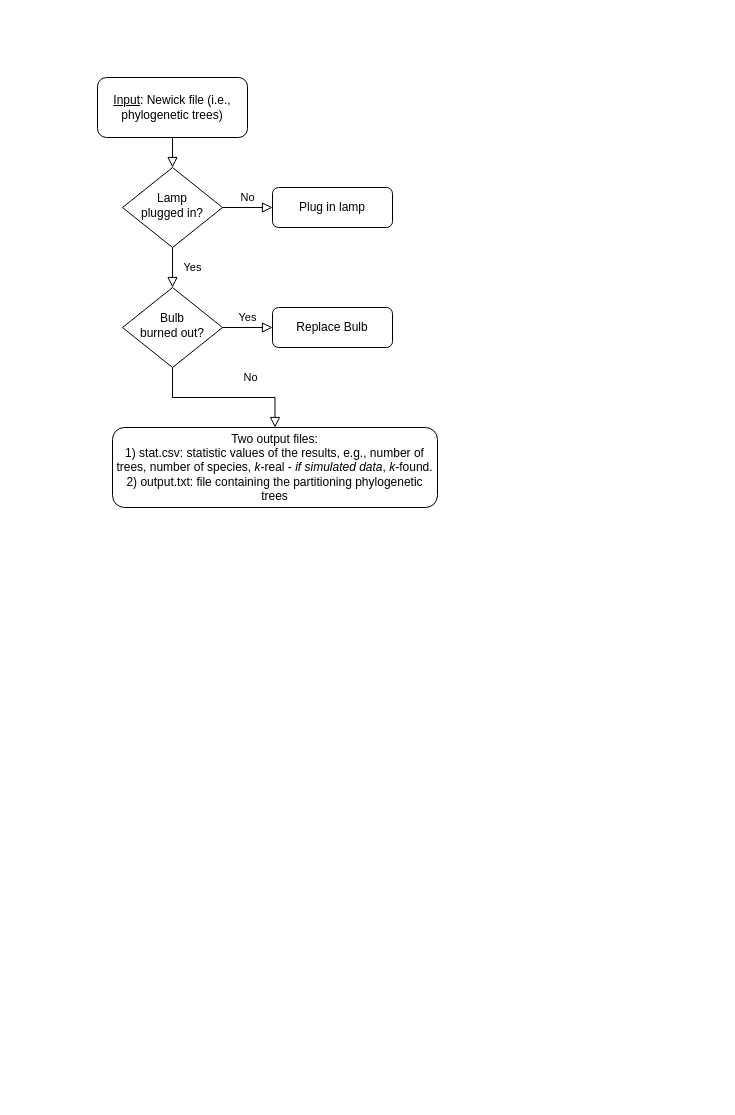
The draw.io diagram img/KMPTC_pipeline.drawio in tahiri-lab/KMeansPhyloTreesClustering, before the edit. Source tidied: cells renumbered, new cells numbered last; positions are measured from the earlier drawing's top-left corner, leaving out a move shared by most shapes. Both pictures are drawn from the tidied source at 100%, with x=0, y=0 at pixel (97, 77).
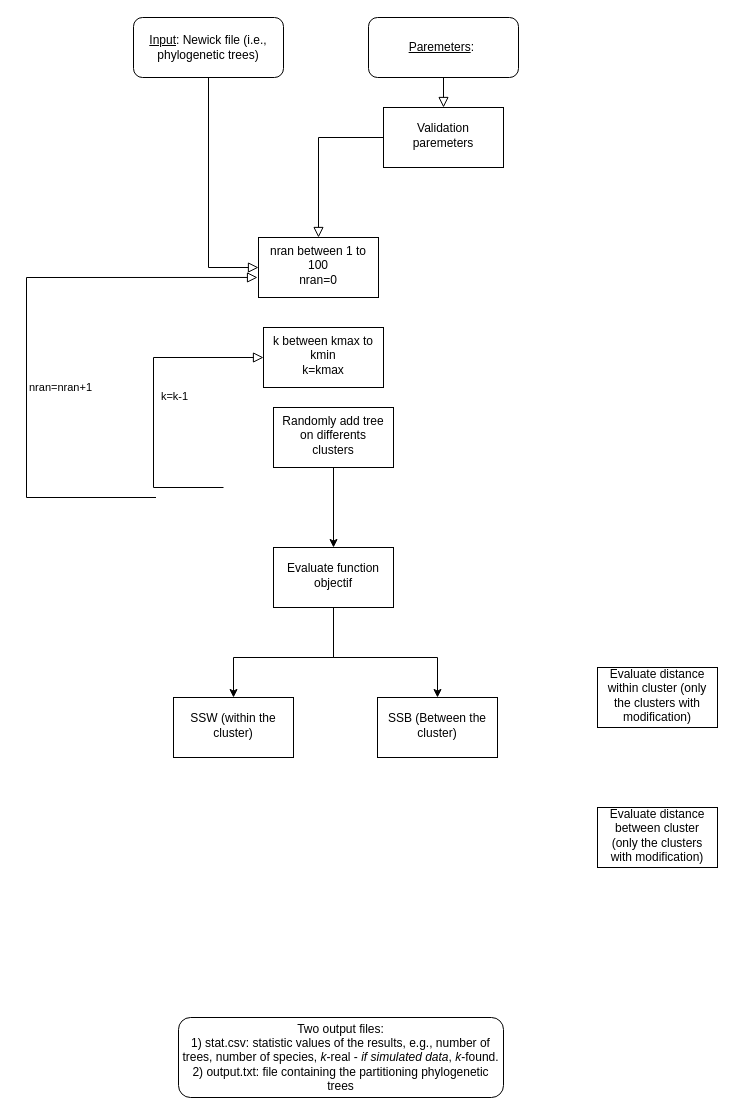
Above is the later version.

Commit message:
Update KMPTC_pipeline

The edit, as a diff of the source:
```diff
@@
-    <mxCell id="2" style="rounded=0;html=1;jettySize=auto;fontSize=11;endArrow=block;endFill=0;endSize=8;strokeWidth=1;shadow=0;labelBackgroundColor=none;edgeStyle=orthogonalEdgeStyle;" parent="1" edge="1" source="3" target="6">
+    <mxCell id="2" style="rounded=0;html=1;jettySize=auto;fontSize=11;endArrow=block;endFill=0;endSize=8;strokeWidth=1;shadow=0;labelBackgroundColor=none;edgeStyle=orthogonalEdgeStyle;startArrow=none;entryX=0.5;entryY=0;entryDx=0;entryDy=0;" parent="1" edge="1" source="15" target="17">
       <mxGeometry relative="1" as="geometry" />
     </mxCell>
     <mxCell id="3" value="&lt;u&gt;Input&lt;/u&gt;: Newick file (i.e., phylogenetic trees)" style="rounded=1;whiteSpace=wrap;html=1;fontSize=12;glass=0;strokeWidth=1;shadow=0;" parent="1" vertex="1">
-      <mxGeometry width="150" height="60" as="geometry" />
+      <mxGeometry x="36" y="-60" width="150" height="60" as="geometry" />
     </mxCell>
-    <mxCell id="4" value="Yes" style="rounded=0;html=1;jettySize=auto;fontSize=11;endArrow=block;endFill=0;endSize=8;strokeWidth=1;shadow=0;labelBackgroundColor=none;edgeStyle=orthogonalEdgeStyle;" parent="1" edge="1" source="6" target="10">
-      <mxGeometry y="20" relative="1" as="geometry" />
-    </mxCell>
-    <mxCell id="5" value="No" style="edgeStyle=orthogonalEdgeStyle;rounded=0;html=1;jettySize=auto;fontSize=11;endArrow=block;endFill=0;endSize=8;strokeWidth=1;shadow=0;labelBackgroundColor=none;" parent="1" edge="1" source="6" target="7">
-      <mxGeometry y="10" relative="1" as="geometry" />
-    </mxCell>
-    <mxCell id="6" value="Lamp&lt;br&gt;plugged in?" style="rhombus;whiteSpace=wrap;html=1;shadow=0;fontFamily=Helvetica;fontSize=12;align=center;strokeWidth=1;spacing=6;spacingTop=-4;" parent="1" vertex="1">
-      <mxGeometry x="25" y="90" width="100" height="80" as="geometry" />
-    </mxCell>
-    <mxCell id="7" value="Plug in lamp" style="rounded=1;whiteSpace=wrap;html=1;fontSize=12;glass=0;strokeWidth=1;shadow=0;" parent="1" vertex="1">
-      <mxGeometry x="175" y="110" width="120" height="40" as="geometry" />
-    </mxCell>
-    <mxCell id="8" value="No" style="rounded=0;html=1;jettySize=auto;fontSize=11;endArrow=block;endFill=0;endSize=8;strokeWidth=1;shadow=0;labelBackgroundColor=none;edgeStyle=orthogonalEdgeStyle;" parent="1" edge="1" source="10" target="11">
-      <mxGeometry x="0.33" y="20" relative="1" as="geometry" />
-    </mxCell>
-    <mxCell id="9" value="Yes" style="edgeStyle=orthogonalEdgeStyle;rounded=0;html=1;jettySize=auto;fontSize=11;endArrow=block;endFill=0;endSize=8;strokeWidth=1;shadow=0;labelBackgroundColor=none;" parent="1" edge="1" source="10" target="12">
-      <mxGeometry y="10" relative="1" as="geometry" />
-    </mxCell>
-    <mxCell id="10" value="Bulb&lt;br&gt;burned out?" style="rhombus;whiteSpace=wrap;html=1;shadow=0;fontFamily=Helvetica;fontSize=12;align=center;strokeWidth=1;spacing=6;spacingTop=-4;" parent="1" vertex="1">
-      <mxGeometry x="25" y="210" width="100" height="80" as="geometry" />
-    </mxCell>
     <mxCell id="11" value="Two output files:&lt;br&gt;1) stat.csv: statistic values of the results, e.g., number of trees, number of species, &lt;i&gt;k&lt;/i&gt;-real - &lt;i&gt;if simulated data&lt;/i&gt;, &lt;i&gt;k&lt;/i&gt;-found.&lt;br&gt;2) output.txt: file containing the partitioning phylogenetic trees" style="rounded=1;whiteSpace=wrap;html=1;fontSize=12;glass=0;strokeWidth=1;shadow=0;" parent="1" vertex="1">
-      <mxGeometry x="15" y="350" width="325" height="80" as="geometry" />
+      <mxGeometry x="81" y="940" width="325" height="80" as="geometry" />
     </mxCell>
-    <mxCell id="12" value="Replace Bulb" style="rounded=1;whiteSpace=wrap;html=1;fontSize=12;glass=0;strokeWidth=1;shadow=0;" parent="1" vertex="1">
-      <mxGeometry x="175" y="230" width="120" height="40" as="geometry" />
-    </mxCell>
+    <mxCell id="13" value="&lt;u&gt;Paremeters&lt;/u&gt;:&amp;nbsp;" style="rounded=1;whiteSpace=wrap;html=1;fontSize=12;glass=0;strokeWidth=1;shadow=0;" parent="1" vertex="1">
+      <mxGeometry x="271" y="-60" width="150" height="60" as="geometry" />
+    </mxCell>
+    <mxCell id="14" style="rounded=0;html=1;jettySize=auto;fontSize=11;endArrow=block;endFill=0;endSize=8;strokeWidth=1;shadow=0;labelBackgroundColor=none;edgeStyle=orthogonalEdgeStyle;exitX=0.5;exitY=1;exitDx=0;exitDy=0;entryX=0.5;entryY=0;entryDx=0;entryDy=0;" parent="1" edge="1" source="13" target="15">
+      <mxGeometry relative="1" as="geometry" />
+    </mxCell>
+    <mxCell id="15" value="Validation paremeters" style="whiteSpace=wrap;html=1;shadow=0;strokeWidth=1;spacing=6;spacingTop=-4;" parent="1" vertex="1">
+      <mxGeometry x="286" y="30" width="120" height="60" as="geometry" />
+    </mxCell>
+    <mxCell id="16" style="rounded=0;html=1;jettySize=auto;fontSize=11;endArrow=block;endFill=0;endSize=8;strokeWidth=1;shadow=0;labelBackgroundColor=none;edgeStyle=orthogonalEdgeStyle;startArrow=none;exitX=0.5;exitY=1;exitDx=0;exitDy=0;entryX=0;entryY=0.5;entryDx=0;entryDy=0;" parent="1" edge="1" source="3" target="17">
+      <mxGeometry relative="1" as="geometry" />
+    </mxCell>
+    <mxCell id="17" value="nran between 1 to 100&lt;br&gt;nran=0" style="whiteSpace=wrap;html=1;shadow=0;strokeWidth=1;spacing=6;spacingTop=-4;" parent="1" vertex="1">
+      <mxGeometry x="161" y="160" width="120" height="60" as="geometry" />
+    </mxCell>
+    <mxCell id="18" value="k between kmax to kmin&lt;br&gt;k=kmax" style="whiteSpace=wrap;html=1;shadow=0;strokeWidth=1;spacing=6;spacingTop=-4;" parent="1" vertex="1">
+      <mxGeometry x="166" y="250" width="120" height="60" as="geometry" />
+    </mxCell>
+    <mxCell id="19" style="rounded=0;html=1;jettySize=auto;fontSize=11;endArrow=block;endFill=0;endSize=8;strokeWidth=1;shadow=0;labelBackgroundColor=none;edgeStyle=orthogonalEdgeStyle;startArrow=none;entryX=0;entryY=0.5;entryDx=0;entryDy=0;" parent="1" edge="1" target="18">
+      <mxGeometry x="0.92" y="-5" relative="1" as="geometry">
+        <mxPoint x="126" y="410" as="sourcePoint" />
+        <Array as="points">
+          <mxPoint x="56" y="410" />
+          <mxPoint x="56" y="280" />
+        </Array>
+      </mxGeometry>
+    </mxCell>
+    <mxCell id="20" value="k=k-1" style="edgeLabel;html=1;align=center;verticalAlign=middle;" parent="19" vertex="1">
+      <mxGeometry x="0.23" y="-1" relative="1" as="geometry">
+        <mxPoint x="19" y="29" as="offset" />
+      </mxGeometry>
+    </mxCell>
+    <mxCell id="21" style="rounded=0;html=1;jettySize=auto;fontSize=11;endArrow=block;endFill=0;endSize=8;strokeWidth=1;shadow=0;labelBackgroundColor=none;edgeStyle=orthogonalEdgeStyle;startArrow=none;entryX=-0.008;entryY=0.666;entryDx=0;entryDy=0;entryPerimeter=0;" parent="1" edge="1" target="17">
+      <mxGeometry x="0.92" y="-5" relative="1" as="geometry">
+        <mxPoint x="58.5" y="420" as="sourcePoint" />
+        <Array as="points">
+          <mxPoint x="-71" y="420" />
+          <mxPoint x="-71" y="200" />
+        </Array>
+      </mxGeometry>
+    </mxCell>
+    <mxCell id="22" value="nran=nran+1" style="edgeLabel;html=1;align=center;verticalAlign=middle;" parent="21" vertex="1">
+      <mxGeometry x="0.23" y="-1" relative="1" as="geometry">
+        <mxPoint x="26" y="109" as="offset" />
+      </mxGeometry>
+    </mxCell>
+    <mxCell id="23" style="edgeStyle=orthogonalEdgeStyle;rounded=0;jettySize=auto;html=1;" parent="1" edge="1" source="24" target="26">
+      <mxGeometry relative="1" as="geometry" />
+    </mxCell>
+    <mxCell id="24" value="Randomly add tree on differents clusters" style="whiteSpace=wrap;html=1;shadow=0;strokeWidth=1;spacing=6;spacingTop=-4;" parent="1" vertex="1">
+      <mxGeometry x="176" y="330" width="120" height="60" as="geometry" />
+    </mxCell>
+    <mxCell id="25" style="edgeStyle=orthogonalEdgeStyle;rounded=0;jettySize=auto;html=1;" parent="1" edge="1" source="26" target="27">
+      <mxGeometry relative="1" as="geometry">
+        <Array as="points">
+          <mxPoint x="236" y="580" />
+          <mxPoint x="136" y="580" />
+        </Array>
+      </mxGeometry>
+    </mxCell>
+    <mxCell id="26" value="Evaluate function objectif" style="whiteSpace=wrap;html=1;shadow=0;strokeWidth=1;spacing=6;spacingTop=-4;" parent="1" vertex="1">
+      <mxGeometry x="176" y="470" width="120" height="60" as="geometry" />
+    </mxCell>
+    <mxCell id="27" value="SSW (within the cluster)" style="whiteSpace=wrap;html=1;shadow=0;strokeWidth=1;spacing=6;spacingTop=-4;" parent="1" vertex="1">
+      <mxGeometry x="76" y="620" width="120" height="60" as="geometry" />
+    </mxCell>
+    <mxCell id="28" value="SSB (Between the cluster)" style="whiteSpace=wrap;html=1;shadow=0;strokeWidth=1;spacing=6;spacingTop=-4;" parent="1" vertex="1">
+      <mxGeometry x="280" y="620" width="120" height="60" as="geometry" />
+    </mxCell>
+    <mxCell id="29" style="edgeStyle=orthogonalEdgeStyle;rounded=0;jettySize=auto;html=1;entryX=0.5;entryY=0;entryDx=0;entryDy=0;" parent="1" edge="1" target="28">
+      <mxGeometry relative="1" as="geometry">
+        <mxPoint x="236" y="530" as="sourcePoint" />
+        <Array as="points">
+          <mxPoint x="236" y="580" />
+          <mxPoint x="340" y="580" />
+        </Array>
+      </mxGeometry>
+    </mxCell>
+    <mxCell id="30" value="Evaluate distance within cluster (only the clusters with modification)" style="whiteSpace=wrap;html=1;shadow=0;strokeWidth=1;spacing=6;spacingTop=-4;" parent="1" vertex="1">
+      <mxGeometry x="500" y="590" width="120" height="60" as="geometry" />
+    </mxCell>
+    <mxCell id="31" value="Evaluate distance between cluster (only the clusters with modification)" style="whiteSpace=wrap;html=1;shadow=0;strokeWidth=1;spacing=6;spacingTop=-4;" parent="1" vertex="1">
+      <mxGeometry x="500" y="730" width="120" height="60" as="geometry" />
+    </mxCell>
```
